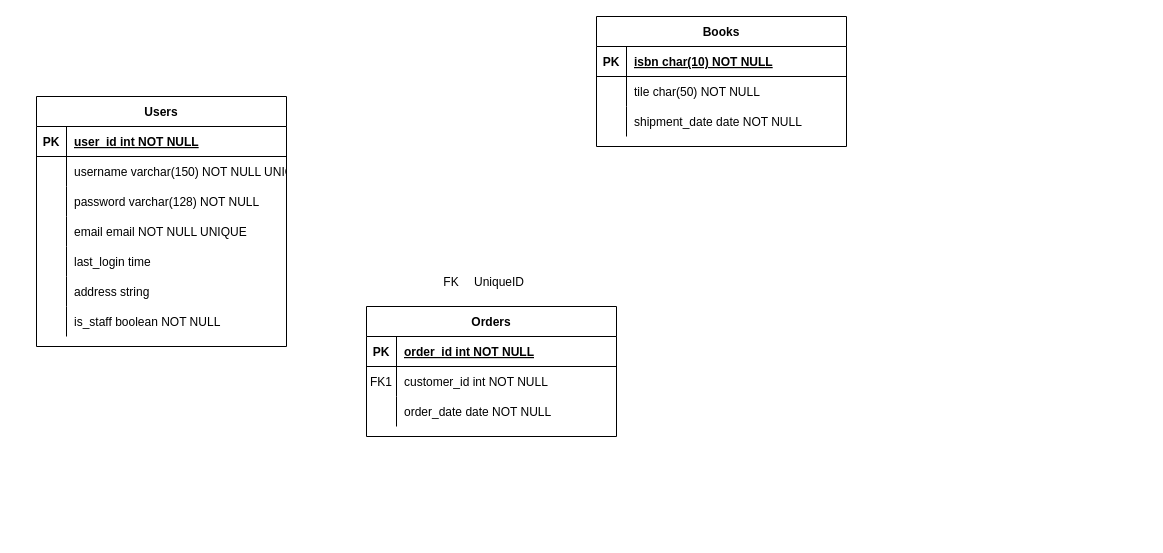
RAND1925/drawio_draft keeps this draw.io diagram as Untitled Diagram.drawio. Above is the earlier version. Source tidied: cells renumbered, new cells numbered last; positions are measured from the earlier drawing's top-left corner, leaving out a move shared by most shapes. Both pictures are drawn from the tidied source at 100%, with x=0, y=0 at pixel (36, 16).
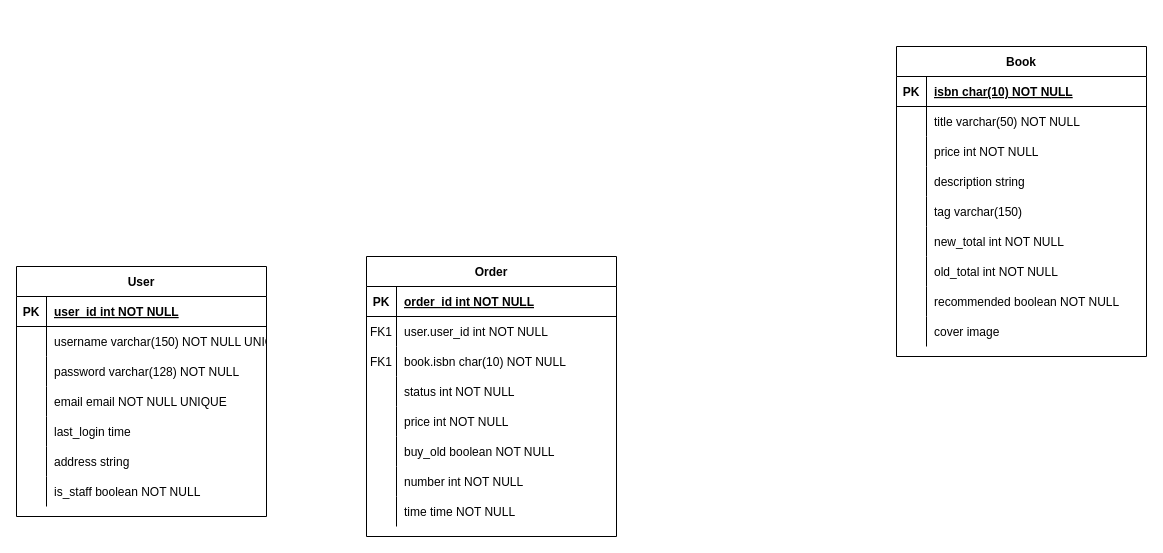
After the change.

Unchanged cells that the change refers to:
```xml
<mxCell id="16" style="shape=partialRectangle;fillColor=none;top=0;left=0;right=0;bottom=0;" parent="12" vertex="1">
  <mxGeometry y="60" width="250" height="30" as="geometry" />
</mxCell>
```

What changed in the source:
```diff
@@
-    <mxCell id="2" value="Orders" style="shape=table;startSize=30;childLayout=tableLayout;rowLines=0;fontStyle=1;align=center;" parent="1" vertex="1">
-      <mxGeometry x="330" y="290" width="250" height="130" as="geometry" />
+    <mxCell id="2" value="Order" style="shape=table;startSize=30;childLayout=tableLayout;rowLines=0;fontStyle=1;align=center;" parent="1" vertex="1">
+      <mxGeometry x="330" y="240" width="250" height="280" as="geometry" />
     </mxCell>
@@
+    <mxCell id="48" style="shape=partialRectangle;fillColor=none;top=0;left=0;bottom=0;right=0;" parent="2" vertex="1">
+      <mxGeometry y="60" width="250" height="30" as="geometry" />
+    </mxCell>
+    <mxCell id="49" value="FK1" style="shape=partialRectangle;fillColor=none;top=0;left=0;bottom=0;right=0;fontStyle=0;overflow=hidden;" parent="48" vertex="1">
+      <mxGeometry width="30" height="30" as="geometry" />
+    </mxCell>
+    <mxCell id="50" value="user.user_id int NOT NULL" style="shape=partialRectangle;fillColor=none;top=0;left=0;bottom=0;right=0;align=left;spacingLeft=6;fontStyle=0;overflow=hidden;" parent="48" vertex="1">
+      <mxGeometry x="30" width="220" height="30" as="geometry" />
+    </mxCell>
     <mxCell id="6" style="shape=partialRectangle;fillColor=none;top=0;left=0;right=0;bottom=0;" parent="2" vertex="1">
-      <mxGeometry y="60" width="250" height="30" as="geometry" />
+      <mxGeometry y="90" width="250" height="30" as="geometry" />
     </mxCell>
@@
-    <mxCell id="8" value="customer_id int NOT NULL" style="shape=partialRectangle;overflow=hidden;fillColor=none;top=0;left=0;bottom=0;right=0;align=left;spacingLeft=6;" parent="6" vertex="1">
+    <mxCell id="8" value="book.isbn char(10) NOT NULL" style="shape=partialRectangle;overflow=hidden;fillColor=none;top=0;left=0;bottom=0;right=0;align=left;spacingLeft=6;" parent="6" vertex="1">
       <mxGeometry x="30" width="220" height="30" as="geometry" />
     </mxCell>
+    <mxCell id="45" style="shape=partialRectangle;fillColor=none;top=0;left=0;bottom=0;right=0;" parent="2" vertex="1">
+      <mxGeometry y="120" width="250" height="30" as="geometry" />
+    </mxCell>
+    <mxCell id="46" style="shape=partialRectangle;fillColor=none;top=0;left=0;bottom=0;right=0;fontStyle=0;overflow=hidden;" parent="45" vertex="1">
+      <mxGeometry width="30" height="30" as="geometry" />
+    </mxCell>
+    <mxCell id="47" value="status int NOT NULL" style="shape=partialRectangle;fillColor=none;top=0;left=0;bottom=0;right=0;align=left;spacingLeft=6;fontStyle=0;overflow=hidden;" parent="45" vertex="1">
+      <mxGeometry x="30" width="220" height="30" as="geometry" />
+    </mxCell>
+    <mxCell id="51" style="shape=partialRectangle;fillColor=none;top=0;left=0;bottom=0;right=0;" parent="2" vertex="1">
+      <mxGeometry y="150" width="250" height="30" as="geometry" />
+    </mxCell>
+    <mxCell id="52" style="shape=partialRectangle;fillColor=none;top=0;left=0;bottom=0;right=0;overflow=hidden;" parent="51" vertex="1">
+      <mxGeometry width="30" height="30" as="geometry" />
+    </mxCell>
+    <mxCell id="53" value="price int NOT NULL" style="shape=partialRectangle;fillColor=none;top=0;left=0;bottom=0;right=0;align=left;spacingLeft=6;overflow=hidden;" parent="51" vertex="1">
+      <mxGeometry x="30" width="220" height="30" as="geometry" />
+    </mxCell>
+    <mxCell id="54" style="shape=partialRectangle;fillColor=none;top=0;left=0;bottom=0;right=0;" parent="2" vertex="1">
+      <mxGeometry y="180" width="250" height="30" as="geometry" />
+    </mxCell>
+    <mxCell id="55" style="shape=partialRectangle;fillColor=none;top=0;left=0;bottom=0;right=0;overflow=hidden;" parent="54" vertex="1">
+      <mxGeometry width="30" height="30" as="geometry" />
+    </mxCell>
+    <mxCell id="56" value="buy_old boolean NOT NULL" style="shape=partialRectangle;fillColor=none;top=0;left=0;bottom=0;right=0;align=left;spacingLeft=6;overflow=hidden;" parent="54" vertex="1">
+      <mxGeometry x="30" width="220" height="30" as="geometry" />
+    </mxCell>
+    <mxCell id="57" style="shape=partialRectangle;fillColor=none;top=0;left=0;bottom=0;right=0;" parent="2" vertex="1">
+      <mxGeometry y="210" width="250" height="30" as="geometry" />
+    </mxCell>
+    <mxCell id="58" style="shape=partialRectangle;fillColor=none;top=0;left=0;bottom=0;right=0;overflow=hidden;" parent="57" vertex="1">
+      <mxGeometry width="30" height="30" as="geometry" />
+    </mxCell>
+    <mxCell id="59" value="number int NOT NULL" style="shape=partialRectangle;fillColor=none;top=0;left=0;bottom=0;right=0;align=left;spacingLeft=6;overflow=hidden;" parent="57" vertex="1">
+      <mxGeometry x="30" width="220" height="30" as="geometry" />
+    </mxCell>
     <mxCell id="9" style="shape=partialRectangle;fillColor=none;top=0;left=0;right=0;bottom=0;" parent="2" vertex="1">
-      <mxGeometry y="90" width="250" height="30" as="geometry" />
+      <mxGeometry y="240" width="250" height="30" as="geometry" />
     </mxCell>
@@
-    <mxCell id="11" value="order_date date NOT NULL" style="shape=partialRectangle;overflow=hidden;fillColor=none;top=0;left=0;bottom=0;right=0;align=left;spacingLeft=6;" parent="9" vertex="1">
+    <mxCell id="11" value="time time NOT NULL" style="shape=partialRectangle;overflow=hidden;fillColor=none;top=0;left=0;bottom=0;right=0;align=left;spacingLeft=6;" parent="9" vertex="1">
       <mxGeometry x="30" width="220" height="30" as="geometry" />
     </mxCell>
-    <mxCell id="12" value="Books" style="shape=table;startSize=30;childLayout=tableLayout;rowLines=0;fontStyle=1;align=center;" parent="1" vertex="1">
-      <mxGeometry x="560" width="250" height="130" as="geometry" />
+    <mxCell id="12" value="Book" style="shape=table;startSize=30;childLayout=tableLayout;rowLines=0;fontStyle=1;align=center;" parent="1" vertex="1">
+      <mxGeometry x="860" y="30" width="250" height="310" as="geometry" />
     </mxCell>
@@
-    <mxCell id="18" value="tile char(50) NOT NULL" style="shape=partialRectangle;overflow=hidden;fillColor=none;top=0;left=0;bottom=0;right=0;align=left;spacingLeft=6;" parent="16" vertex="1">
+    <mxCell id="18" value="title varchar(50) NOT NULL" style="shape=partialRectangle;overflow=hidden;fillColor=none;top=0;left=0;bottom=0;right=0;align=left;spacingLeft=6;" parent="16" vertex="1">
       <mxGeometry x="30" width="220" height="30" as="geometry" />
     </mxCell>
+    <mxCell id="60" style="shape=partialRectangle;fillColor=none;top=0;left=0;bottom=0;right=0;" parent="12" vertex="1">
+      <mxGeometry y="90" width="250" height="30" as="geometry" />
+    </mxCell>
+    <mxCell id="61" style="shape=partialRectangle;fillColor=none;top=0;left=0;bottom=0;right=0;overflow=hidden;" parent="60" vertex="1">
+      <mxGeometry width="30" height="30" as="geometry" />
+    </mxCell>
+    <mxCell id="62" value="price int NOT NULL" style="shape=partialRectangle;fillColor=none;top=0;left=0;bottom=0;right=0;align=left;spacingLeft=6;overflow=hidden;" parent="60" vertex="1">
+      <mxGeometry x="30" width="220" height="30" as="geometry" />
+    </mxCell>
+    <mxCell id="63" style="shape=partialRectangle;fillColor=none;top=0;left=0;bottom=0;right=0;" parent="12" vertex="1">
+      <mxGeometry y="120" width="250" height="30" as="geometry" />
+    </mxCell>
+    <mxCell id="64" style="shape=partialRectangle;fillColor=none;top=0;left=0;bottom=0;right=0;overflow=hidden;" parent="63" vertex="1">
+      <mxGeometry width="30" height="30" as="geometry" />
+    </mxCell>
+    <mxCell id="65" value="description string" style="shape=partialRectangle;fillColor=none;top=0;left=0;bottom=0;right=0;align=left;spacingLeft=6;overflow=hidden;" parent="63" vertex="1">
+      <mxGeometry x="30" width="220" height="30" as="geometry" />
+    </mxCell>
+    <mxCell id="66" style="shape=partialRectangle;fillColor=none;top=0;left=0;bottom=0;right=0;" parent="12" vertex="1">
+      <mxGeometry y="150" width="250" height="30" as="geometry" />
+    </mxCell>
+    <mxCell id="67" style="shape=partialRectangle;fillColor=none;top=0;left=0;bottom=0;right=0;overflow=hidden;" parent="66" vertex="1">
+      <mxGeometry width="30" height="30" as="geometry" />
+    </mxCell>
+    <mxCell id="68" value="tag varchar(150)" style="shape=partialRectangle;fillColor=none;top=0;left=0;bottom=0;right=0;align=left;spacingLeft=6;overflow=hidden;" parent="66" vertex="1">
+      <mxGeometry x="30" width="220" height="30" as="geometry" />
+    </mxCell>
+    <mxCell id="69" style="shape=partialRectangle;fillColor=none;top=0;left=0;bottom=0;right=0;" parent="12" vertex="1">
+      <mxGeometry y="180" width="250" height="30" as="geometry" />
+    </mxCell>
+    <mxCell id="70" style="shape=partialRectangle;fillColor=none;top=0;left=0;bottom=0;right=0;overflow=hidden;" parent="69" vertex="1">
+      <mxGeometry width="30" height="30" as="geometry" />
+    </mxCell>
+    <mxCell id="71" value="new_total int NOT NULL" style="shape=partialRectangle;fillColor=none;top=0;left=0;bottom=0;right=0;align=left;spacingLeft=6;overflow=hidden;" parent="69" vertex="1">
+      <mxGeometry x="30" width="220" height="30" as="geometry" />
+    </mxCell>
     <mxCell id="19" style="shape=partialRectangle;fillColor=none;top=0;left=0;right=0;bottom=0;" parent="12" vertex="1">
-      <mxGeometry y="90" width="250" height="30" as="geometry" />
+      <mxGeometry y="210" width="250" height="30" as="geometry" />
     </mxCell>
@@
-    <mxCell id="21" value="shipment_date date NOT NULL" style="shape=partialRectangle;overflow=hidden;fillColor=none;top=0;left=0;bottom=0;right=0;align=left;spacingLeft=6;" parent="19" vertex="1">
+    <mxCell id="21" value="old_total int NOT NULL" style="shape=partialRectangle;overflow=hidden;fillColor=none;top=0;left=0;bottom=0;right=0;align=left;spacingLeft=6;" parent="19" vertex="1">
       <mxGeometry x="30" width="220" height="30" as="geometry" />
     </mxCell>
+    <mxCell id="72" style="shape=partialRectangle;fillColor=none;top=0;left=0;bottom=0;right=0;" parent="12" vertex="1">
+      <mxGeometry y="240" width="250" height="30" as="geometry" />
+    </mxCell>
+    <mxCell id="73" style="shape=partialRectangle;fillColor=none;top=0;left=0;bottom=0;right=0;overflow=hidden;" parent="72" vertex="1">
+      <mxGeometry width="30" height="30" as="geometry" />
+    </mxCell>
+    <mxCell id="74" value="recommended boolean NOT NULL" style="shape=partialRectangle;fillColor=none;top=0;left=0;bottom=0;right=0;align=left;spacingLeft=6;overflow=hidden;" parent="72" vertex="1">
+      <mxGeometry x="30" width="220" height="30" as="geometry" />
+    </mxCell>
+    <mxCell id="75" style="shape=partialRectangle;fillColor=none;top=0;left=0;bottom=0;right=0;" parent="12" vertex="1">
+      <mxGeometry y="270" width="250" height="30" as="geometry" />
+    </mxCell>
+    <mxCell id="76" style="shape=partialRectangle;fillColor=none;top=0;left=0;bottom=0;right=0;overflow=hidden;" parent="75" vertex="1">
+      <mxGeometry width="30" height="30" as="geometry" />
+    </mxCell>
+    <mxCell id="77" value="cover image" style="shape=partialRectangle;fillColor=none;top=0;left=0;bottom=0;right=0;align=left;spacingLeft=6;overflow=hidden;" parent="75" vertex="1">
+      <mxGeometry x="30" width="220" height="30" as="geometry" />
+    </mxCell>
-    <mxCell id="22" value="Users" style="shape=table;startSize=30;childLayout=tableLayout;rowLines=0;fontStyle=1;align=center;" parent="1" vertex="1">
-      <mxGeometry y="80" width="250" height="250" as="geometry" />
+    <mxCell id="22" value="User" style="shape=table;startSize=30;childLayout=tableLayout;rowLines=0;fontStyle=1;align=center;" parent="1" vertex="1">
+      <mxGeometry x="-20" y="250" width="250" height="250" as="geometry" />
     </mxCell>
@@
-    <mxCell id="44" style="shape=table;startSize=0;childLayout=tableLayout;rowLines=0;fontStyle=0;align=center;strokeColor=none;fillColor=none;" parent="1" vertex="1">
-      <mxGeometry x="400" y="250" width="180" height="30" as="geometry" />
-    </mxCell>
-    <mxCell id="45" style="shape=partialRectangle;fillColor=none;top=0;left=0;bottom=0;right=0;" parent="44" vertex="1">
-      <mxGeometry width="180" height="30" as="geometry" />
-    </mxCell>
-    <mxCell id="46" value="FK" style="shape=partialRectangle;fillColor=none;top=0;left=0;bottom=0;right=0;fontStyle=0;overflow=hidden;" parent="45" vertex="1">
-      <mxGeometry width="30" height="30" as="geometry" />
-    </mxCell>
-    <mxCell id="47" value="UniqueID" style="shape=partialRectangle;fillColor=none;top=0;left=0;bottom=0;right=0;align=left;spacingLeft=6;fontStyle=0;overflow=hidden;" parent="45" vertex="1">
-      <mxGeometry x="30" width="150" height="30" as="geometry" />
-    </mxCell>
```
